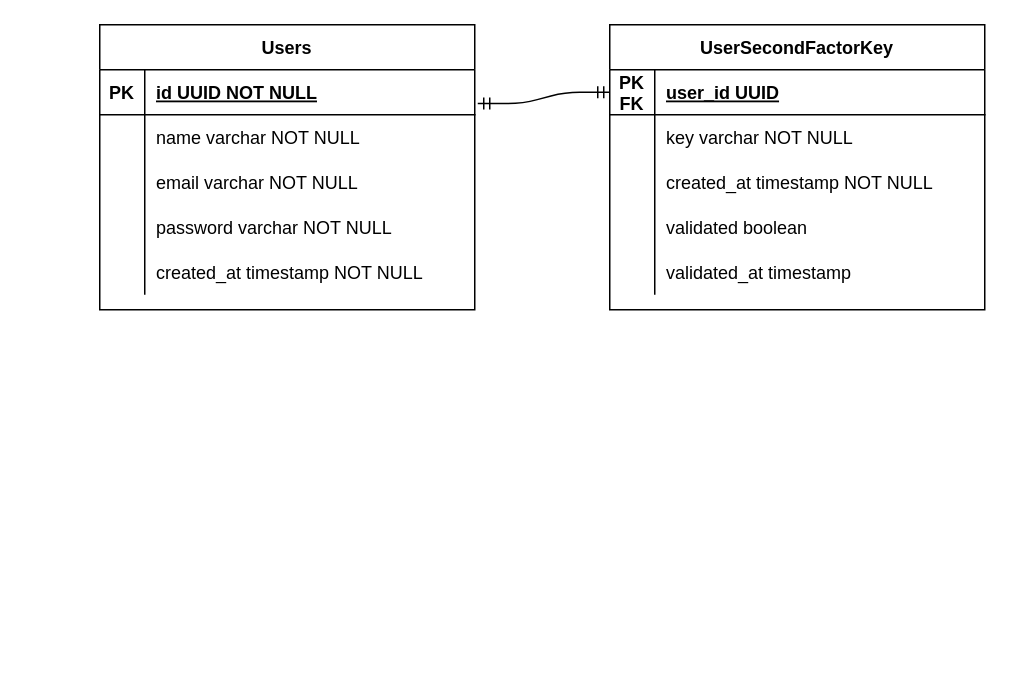
The draw.io diagram .github/der-auth2fa.drawio in IagooCesaar/node-auth-2fa, before the edit. Source tidied: cells renumbered, new cells numbered last; positions are measured from the earlier drawing's top-left corner, leaving out a move shared by most shapes. Both pictures are drawn from the tidied source at 150%, with x=0, y=0 at pixel (99, 24).
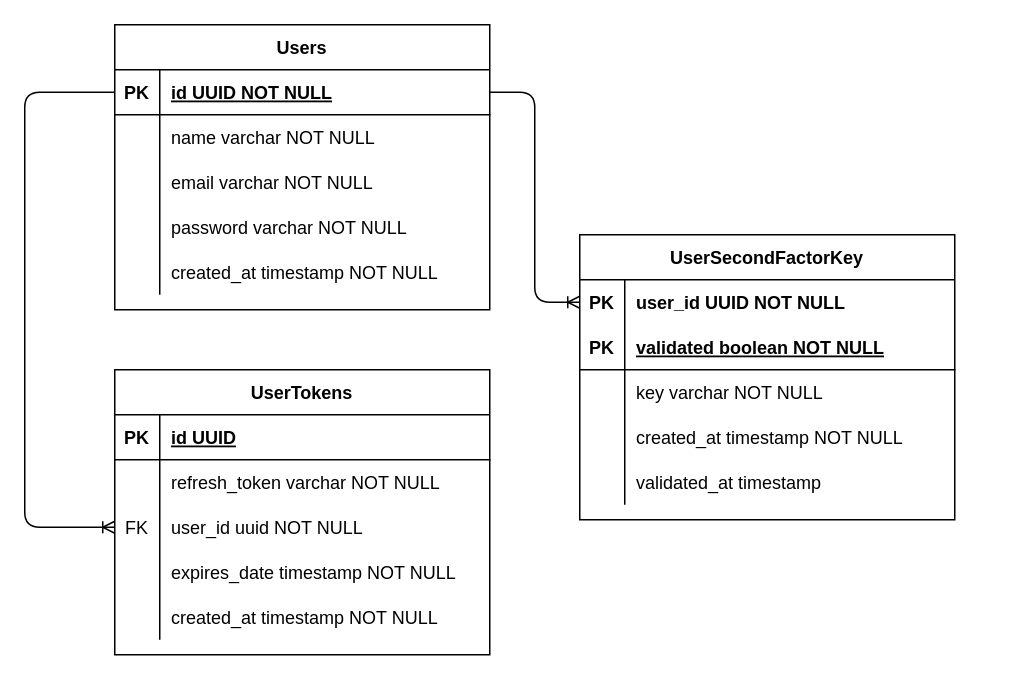
After the change.

Unchanged cells that the change refers to:
```xml
<mxCell id="19" style="shape=partialRectangle;fillColor=none;points=[[0,0.5],[1,0.5]];portConstraint=eastwest;top=0;left=0;right=0;bottom=1;" parent="18" vertex="1">
  <mxGeometry y="30" width="250" height="30" as="geometry" />
</mxCell>
```

What changed in the source:
```diff
@@
     <mxCell id="2" value="UserSecondFactorKey" style="shape=table;startSize=30;childLayout=tableLayout;rowLines=0;fontStyle=1;align=center;" parent="1" vertex="1">
-      <mxGeometry x="340" width="250" height="190" as="geometry" />
+      <mxGeometry x="320" y="140" width="250" height="190" as="geometry" />
     </mxCell>
+    <mxCell id="12" style="shape=partialRectangle;fillColor=none;top=0;left=0;bottom=0;right=0;points=[[0,0.5],[1,0.5]];portConstraint=eastwest;" parent="2" vertex="1">
+      <mxGeometry y="30" width="250" height="30" as="geometry" />
+    </mxCell>
+    <mxCell id="13" value="PK" style="shape=partialRectangle;fillColor=none;top=0;left=0;bottom=0;right=0;overflow=hidden;fontStyle=1;" parent="12" vertex="1">
+      <mxGeometry width="30" height="30" as="geometry" />
+    </mxCell>
+    <mxCell id="14" value="user_id UUID NOT NULL" style="shape=partialRectangle;fillColor=none;top=0;left=0;bottom=0;right=0;align=left;spacingLeft=6;overflow=hidden;fontStyle=1;" parent="12" vertex="1">
+      <mxGeometry x="30" width="220" height="30" as="geometry" />
+    </mxCell>
     <mxCell id="3" style="shape=partialRectangle;fillColor=none;points=[[0,0.5],[1,0.5]];portConstraint=eastwest;top=0;left=0;right=0;bottom=1;" parent="2" vertex="1">
-      <mxGeometry y="30" width="250" height="30" as="geometry" />
+      <mxGeometry y="60" width="250" height="30" as="geometry" />
     </mxCell>
-    <mxCell id="4" value="PK&#10;FK" style="shape=partialRectangle;overflow=hidden;fillColor=none;top=0;left=0;bottom=0;right=0;fontStyle=1;" parent="3" vertex="1">
+    <mxCell id="4" value="PK" style="shape=partialRectangle;overflow=hidden;fillColor=none;top=0;left=0;bottom=0;right=0;fontStyle=1;" parent="3" vertex="1">
       <mxGeometry width="30" height="30" as="geometry" />
     </mxCell>
-    <mxCell id="5" value="user_id UUID" style="shape=partialRectangle;overflow=hidden;fillColor=none;top=0;left=0;bottom=0;right=0;align=left;spacingLeft=6;fontStyle=5;" parent="3" vertex="1">
+    <mxCell id="5" value="validated boolean NOT NULL" style="shape=partialRectangle;overflow=hidden;fillColor=none;top=0;left=0;bottom=0;right=0;align=left;spacingLeft=6;fontStyle=5;" parent="3" vertex="1">
       <mxGeometry x="30" width="220" height="30" as="geometry" />
     </mxCell>
     <mxCell id="6" style="shape=partialRectangle;fillColor=none;top=0;left=0;right=0;bottom=0;" parent="2" vertex="1">
-      <mxGeometry y="60" width="250" height="30" as="geometry" />
+      <mxGeometry y="90" width="250" height="30" as="geometry" />
     </mxCell>
@@
     <mxCell id="9" style="shape=partialRectangle;fillColor=none;top=0;left=0;right=0;bottom=0;" parent="2" vertex="1">
-      <mxGeometry y="90" width="250" height="30" as="geometry" />
+      <mxGeometry y="120" width="250" height="30" as="geometry" />
     </mxCell>
@@
-    <mxCell id="12" style="shape=partialRectangle;fillColor=none;top=0;left=0;bottom=0;right=0;points=[[0,0.5],[1,0.5]];portConstraint=eastwest;" parent="2" vertex="1">
-      <mxGeometry y="120" width="250" height="30" as="geometry" />
-    </mxCell>
-    <mxCell id="13" style="shape=partialRectangle;fillColor=none;top=0;left=0;bottom=0;right=0;overflow=hidden;" parent="12" vertex="1">
-      <mxGeometry width="30" height="30" as="geometry" />
-    </mxCell>
-    <mxCell id="14" value="validated boolean" style="shape=partialRectangle;fillColor=none;top=0;left=0;bottom=0;right=0;align=left;spacingLeft=6;overflow=hidden;" parent="12" vertex="1">
-      <mxGeometry x="30" width="220" height="30" as="geometry" />
-    </mxCell>
@@
     <mxCell id="18" value="Users" style="shape=table;startSize=30;childLayout=tableLayout;rowLines=0;fontStyle=1;align=center;" parent="1" vertex="1">
-      <mxGeometry width="250" height="190" as="geometry" />
+      <mxGeometry x="10" width="250" height="190" as="geometry" />
     </mxCell>
@@
-    <mxCell id="34" style="edgeStyle=entityRelationEdgeStyle;fontSize=12;html=1;endArrow=ERmandOne;startArrow=ERmandOne;exitX=1.008;exitY=0.751;exitDx=0;exitDy=0;exitPerimeter=0;" parent="1" edge="1" source="19" target="3">
-      <mxGeometry relative="1" as="geometry" />
-    </mxCell>
+    <mxCell id="35" value="UserTokens" style="shape=table;startSize=30;childLayout=tableLayout;rowLines=0;fontStyle=1;align=center;" parent="1" vertex="1">
+      <mxGeometry x="10" y="230" width="250" height="190" as="geometry" />
+    </mxCell>
+    <mxCell id="36" style="shape=partialRectangle;fillColor=none;top=0;left=0;bottom=1;right=0;" parent="35" vertex="1">
+      <mxGeometry y="30" width="250" height="30" as="geometry" />
+    </mxCell>
+    <mxCell id="37" value="PK" style="shape=partialRectangle;fillColor=none;top=0;left=0;bottom=0;right=0;fontStyle=1;overflow=hidden;" parent="36" vertex="1">
+      <mxGeometry width="30" height="30" as="geometry" />
+    </mxCell>
+    <mxCell id="38" value="id UUID" style="shape=partialRectangle;fillColor=none;top=0;left=0;bottom=0;right=0;align=left;spacingLeft=6;fontStyle=5;overflow=hidden;" parent="36" vertex="1">
+      <mxGeometry x="30" width="220" height="30" as="geometry" />
+    </mxCell>
+    <mxCell id="39" style="shape=partialRectangle;fillColor=none;top=0;left=0;bottom=0;right=0;" parent="35" vertex="1">
+      <mxGeometry y="60" width="250" height="30" as="geometry" />
+    </mxCell>
+    <mxCell id="40" style="shape=partialRectangle;fillColor=none;top=0;left=0;bottom=0;right=0;overflow=hidden;" parent="39" vertex="1">
+      <mxGeometry width="30" height="30" as="geometry" />
+    </mxCell>
+    <mxCell id="41" value="refresh_token varchar NOT NULL" style="shape=partialRectangle;fillColor=none;top=0;left=0;bottom=0;right=0;align=left;spacingLeft=6;overflow=hidden;" parent="39" vertex="1">
+      <mxGeometry x="30" width="220" height="30" as="geometry" />
+    </mxCell>
+    <mxCell id="42" style="shape=partialRectangle;fillColor=none;top=0;left=0;bottom=0;right=0;points=[[0,0.5],[1,0.5]];portConstraint=eastwest;" parent="35" vertex="1">
+      <mxGeometry y="90" width="250" height="30" as="geometry" />
+    </mxCell>
+    <mxCell id="43" value="FK" style="shape=partialRectangle;fillColor=none;top=0;left=0;bottom=0;right=0;overflow=hidden;" parent="42" vertex="1">
+      <mxGeometry width="30" height="30" as="geometry" />
+    </mxCell>
+    <mxCell id="44" value="user_id uuid NOT NULL" style="shape=partialRectangle;fillColor=none;top=0;left=0;bottom=0;right=0;align=left;spacingLeft=6;overflow=hidden;" parent="42" vertex="1">
+      <mxGeometry x="30" width="220" height="30" as="geometry" />
+    </mxCell>
+    <mxCell id="45" style="shape=partialRectangle;fillColor=none;top=0;left=0;bottom=0;right=0;" parent="35" vertex="1">
+      <mxGeometry y="120" width="250" height="30" as="geometry" />
+    </mxCell>
+    <mxCell id="46" style="shape=partialRectangle;fillColor=none;top=0;left=0;bottom=0;right=0;overflow=hidden;" parent="45" vertex="1">
+      <mxGeometry width="30" height="30" as="geometry" />
+    </mxCell>
+    <mxCell id="47" value="expires_date timestamp NOT NULL" style="shape=partialRectangle;fillColor=none;top=0;left=0;bottom=0;right=0;align=left;spacingLeft=6;overflow=hidden;" parent="45" vertex="1">
+      <mxGeometry x="30" width="220" height="30" as="geometry" />
+    </mxCell>
+    <mxCell id="48" style="shape=partialRectangle;fillColor=none;top=0;left=0;bottom=0;right=0;" parent="35" vertex="1">
+      <mxGeometry y="150" width="250" height="30" as="geometry" />
+    </mxCell>
+    <mxCell id="49" style="shape=partialRectangle;fillColor=none;top=0;left=0;bottom=0;right=0;overflow=hidden;" parent="48" vertex="1">
+      <mxGeometry width="30" height="30" as="geometry" />
+    </mxCell>
+    <mxCell id="50" value="created_at timestamp NOT NULL" style="shape=partialRectangle;fillColor=none;top=0;left=0;bottom=0;right=0;align=left;spacingLeft=6;overflow=hidden;" parent="48" vertex="1">
+      <mxGeometry x="30" width="220" height="30" as="geometry" />
+    </mxCell>
+    <mxCell id="51" style="fontSize=12;html=1;endArrow=ERoneToMany;exitX=0;exitY=0.5;exitDx=0;exitDy=0;entryX=0;entryY=0.5;entryDx=0;entryDy=0;edgeStyle=elbowEdgeStyle;" parent="1" edge="1" source="19" target="42">
+      <mxGeometry relative="1" as="geometry">
+        <Array as="points">
+          <mxPoint x="-50" y="210" />
+          <mxPoint x="70" y="200" />
+        </Array>
+      </mxGeometry>
+    </mxCell>
+    <mxCell id="52" style="edgeStyle=entityRelationEdgeStyle;fontSize=12;html=1;endArrow=ERoneToMany;exitX=1;exitY=0.5;exitDx=0;exitDy=0;entryX=0;entryY=0.5;entryDx=0;entryDy=0;" parent="1" edge="1" source="19" target="12">
+      <mxGeometry relative="1" as="geometry" />
+    </mxCell>
```
